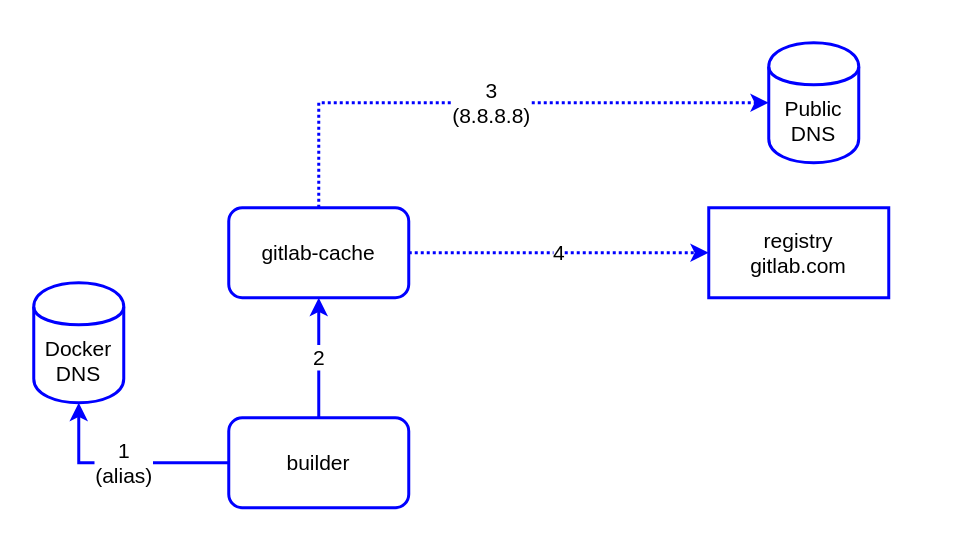
sudo-bmitch/presentations keeps this draw.io diagram as registry/img/dns-intercept.drawio. Above is the earlier version. Source tidied: cells renumbered, new cells numbered last; positions are measured from the earlier drawing's top-left corner, leaving out a move shared by most shapes. Both pictures are drawn from the tidied source at 150%, with x=0, y=0 at pixel (33, 42).
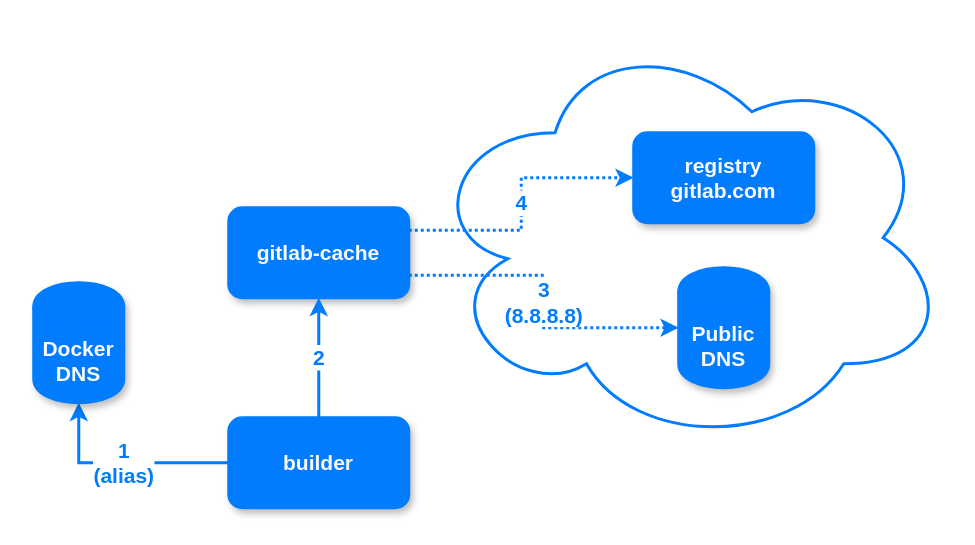
The same diagram, later.

The edit, as a diff of the source:
```diff
@@
 <mxGraphModel>
   <root>
     <mxCell id="0" />
     <mxCell id="1" parent="0" />
+    <mxCell id="11" style="ellipse;shape=cloud;whiteSpace=wrap;html=1;rounded=1;shadow=0;strokeColor=#017CFF;fillColor=none;fontFamily=montserrat;fontColor=#017CFF;strokeWidth=2;" parent="1" vertex="1">
+      <mxGeometry x="260" y="-10" width="350" height="280" as="geometry" />
+    </mxCell>
-    <mxCell id="2" value="4" style="edgeStyle=orthogonalEdgeStyle;rounded=0;jettySize=auto;html=1;exitX=1;exitY=0.5;exitDx=0;exitDy=0;entryX=0;entryY=0.5;entryDx=0;entryDy=0;strokeColor=#0000FF;strokeWidth=2;fontSize=14;dashed=1;dashPattern=1 1;" parent="1" edge="1" source="4" target="8">
+    <mxCell id="2" value="4" style="edgeStyle=orthogonalEdgeStyle;rounded=0;jettySize=auto;html=1;exitX=1;exitY=0.25;exitDx=0;exitDy=0;entryX=0;entryY=0.5;entryDx=0;entryDy=0;strokeColor=#017CFF;strokeWidth=2;fontSize=14;dashed=1;dashPattern=1 1;fontFamily=Montserrat;FType=w;fontStyle=1;fontColor=#017CFF;" parent="1" edge="1" source="4" target="8">
       <mxGeometry relative="1" as="geometry" />
     </mxCell>
-    <mxCell id="3" value="&lt;div&gt;3&lt;/div&gt;&lt;div&gt;(8.8.8.8)&lt;/div&gt;" style="edgeStyle=orthogonalEdgeStyle;rounded=0;jettySize=auto;html=1;exitX=0.5;exitY=0;exitDx=0;exitDy=0;entryX=0;entryY=0.5;entryDx=0;entryDy=0;strokeColor=#0000FF;strokeWidth=2;fontSize=14;dashed=1;dashPattern=1 1;" parent="1" edge="1" source="4" target="10">
+    <mxCell id="3" value="&lt;div&gt;3&lt;/div&gt;&lt;div&gt;(8.8.8.8)&lt;/div&gt;" style="edgeStyle=orthogonalEdgeStyle;rounded=0;jettySize=auto;html=1;exitX=1;exitY=0.75;exitDx=0;exitDy=0;entryX=0;entryY=0.5;entryDx=0;entryDy=0;strokeColor=#017CFF;strokeWidth=2;fontSize=14;dashed=1;dashPattern=1 1;fontFamily=Montserrat;FType=w;fontStyle=1;fontColor=#017CFF;" parent="1" edge="1" source="4" target="10">
       <mxGeometry relative="1" as="geometry" />
     </mxCell>
-    <mxCell id="4" value="gitlab-cache" style="rounded=1;whiteSpace=wrap;html=1;strokeColor=#0000FF;strokeWidth=2;fontSize=14;" parent="1" vertex="1">
+    <mxCell id="4" value="gitlab-cache" style="rounded=1;whiteSpace=wrap;html=1;strokeColor=#017CFF;strokeWidth=2;fontSize=14;fontFamily=Montserrat;FType=w;fontStyle=1;fillColor=#017CFF;shadow=1;fontColor=#FAFAFA;" parent="1" vertex="1">
       <mxGeometry x="130" y="110" width="120" height="60" as="geometry" />
     </mxCell>
-    <mxCell id="5" value="2" style="edgeStyle=orthogonalEdgeStyle;rounded=0;jettySize=auto;html=1;exitX=0.5;exitY=0;exitDx=0;exitDy=0;entryX=0.5;entryY=1;entryDx=0;entryDy=0;strokeColor=#0000FF;strokeWidth=2;fontSize=14;" parent="1" edge="1" source="7" target="4">
+    <mxCell id="5" value="2" style="edgeStyle=orthogonalEdgeStyle;rounded=0;jettySize=auto;html=1;exitX=0.5;exitY=0;exitDx=0;exitDy=0;entryX=0.5;entryY=1;entryDx=0;entryDy=0;strokeColor=#017CFF;strokeWidth=2;fontSize=14;fontFamily=Montserrat;FType=w;fontStyle=1;fontColor=#017CFF;" parent="1" edge="1" source="7" target="4">
       <mxGeometry relative="1" as="geometry" />
     </mxCell>
-    <mxCell id="6" value="&lt;div&gt;1&lt;/div&gt;&lt;div&gt;(alias)&lt;/div&gt;" style="edgeStyle=orthogonalEdgeStyle;rounded=0;jettySize=auto;html=1;exitX=0;exitY=0.5;exitDx=0;exitDy=0;entryX=0.5;entryY=1;entryDx=0;entryDy=0;strokeColor=#0000FF;strokeWidth=2;fontSize=14;" parent="1" edge="1" source="7" target="9">
+    <mxCell id="6" value="&lt;div&gt;1&lt;/div&gt;&lt;div&gt;(alias)&lt;/div&gt;" style="edgeStyle=orthogonalEdgeStyle;rounded=0;jettySize=auto;html=1;exitX=0;exitY=0.5;exitDx=0;exitDy=0;entryX=0.5;entryY=1;entryDx=0;entryDy=0;strokeColor=#017CFF;strokeWidth=2;fontSize=14;fontFamily=Montserrat;FType=w;fontStyle=1;fontColor=#017CFF;" parent="1" edge="1" source="7" target="9">
       <mxGeometry relative="1" as="geometry" />
     </mxCell>
-    <mxCell id="7" value="builder" style="rounded=1;whiteSpace=wrap;html=1;strokeColor=#0000FF;strokeWidth=2;fontSize=14;" parent="1" vertex="1">
+    <mxCell id="7" value="builder" style="rounded=1;whiteSpace=wrap;html=1;strokeColor=#017CFF;strokeWidth=2;fontSize=14;fontFamily=Montserrat;FType=w;fontStyle=1;fillColor=#017CFF;shadow=1;fontColor=#FAFAFA;" parent="1" vertex="1">
       <mxGeometry x="130" y="250" width="120" height="60" as="geometry" />
     </mxCell>
-    <mxCell id="8" value="&lt;div&gt;registry&lt;/div&gt;&lt;div&gt;gitlab.com&lt;/div&gt;" style="rounded=0;whiteSpace=wrap;html=1;strokeColor=#0000FF;strokeWidth=2;fontSize=14;" parent="1" vertex="1">
-      <mxGeometry x="450" y="110" width="120" height="60" as="geometry" />
+    <mxCell id="8" value="&lt;div&gt;registry&lt;/div&gt;&lt;div&gt;gitlab.com&lt;/div&gt;" style="rounded=1;whiteSpace=wrap;html=1;strokeColor=#017CFF;strokeWidth=2;fontSize=14;fontFamily=Montserrat;FType=w;fontStyle=1;fillColor=#017CFF;shadow=1;fontColor=#FAFAFA;" parent="1" vertex="1">
+      <mxGeometry x="400" y="60" width="120" height="60" as="geometry" />
     </mxCell>
-    <mxCell id="9" value="Docker DNS" style="shape=cylinder;whiteSpace=wrap;html=1;boundedLbl=1;backgroundOutline=1;strokeColor=#0000FF;strokeWidth=2;fontSize=14;" parent="1" vertex="1">
+    <mxCell id="9" value="Docker DNS" style="shape=cylinder;whiteSpace=wrap;html=1;boundedLbl=1;backgroundOutline=1;strokeColor=#017CFF;strokeWidth=2;fontSize=14;fontFamily=Montserrat;FType=w;fontStyle=1;fillColor=#017CFF;shadow=1;fontColor=#FAFAFA;" parent="1" vertex="1">
       <mxGeometry y="160" width="60" height="80" as="geometry" />
     </mxCell>
-    <mxCell id="10" value="Public DNS" style="shape=cylinder;whiteSpace=wrap;html=1;boundedLbl=1;backgroundOutline=1;strokeColor=#0000FF;strokeWidth=2;fontSize=14;" parent="1" vertex="1">
-      <mxGeometry x="490" width="60" height="80" as="geometry" />
+    <mxCell id="10" value="Public DNS" style="shape=cylinder;whiteSpace=wrap;html=1;boundedLbl=1;backgroundOutline=1;strokeColor=#017CFF;strokeWidth=2;fontSize=14;fontFamily=Montserrat;FType=w;fontStyle=1;fillColor=#017CFF;shadow=1;fontColor=#FAFAFA;" parent="1" vertex="1">
+      <mxGeometry x="430" y="150" width="60" height="80" as="geometry" />
     </mxCell>
   </root>
 </mxGraphModel>
```
